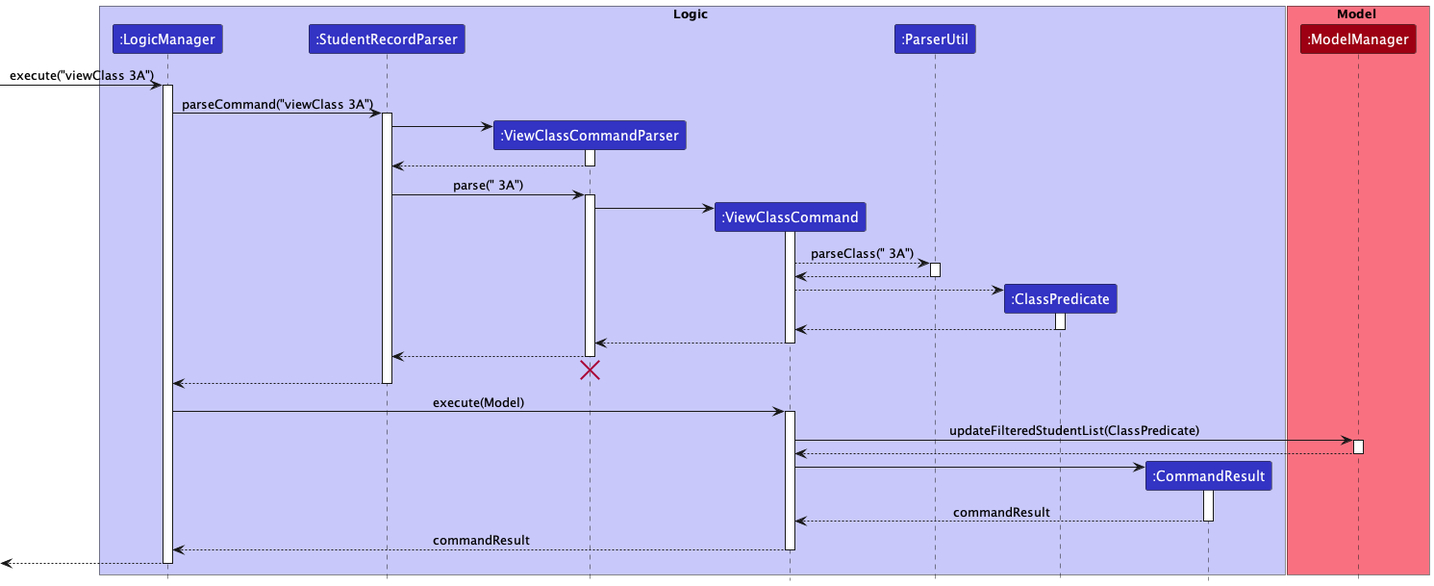
Earlier version of the PlantUML export docs/images/ViewClassCommandSequenceDiagram.png (nus-cs2103-AY2223S1/tp). Source of this version:
```plantuml
@startuml
!include style.puml

box Logic LOGIC_COLOR_T1
participant ":LogicManager" as LogicManager LOGIC_COLOR
participant ":StudentRecordParser" as StudentRecordParser LOGIC_COLOR
participant ":ViewClassCommandParser" as ViewClassCommandParser LOGIC_COLOR
participant ":ViewClassCommand" as ViewClassCommand LOGIC_COLOR
participant ":ParserUtil" as ParserUtil LOGIC_COLOR
participant ":ClassPredicate" as ClassPredicate LOGIC_COLOR
participant ":CommandResult" as CommandResult LOGIC_COLOR
end box

box Model MODEL_COLOR_T1
participant ":ModelManager" as Model MODEL_COLOR
end box

[-> LogicManager : execute("viewClass 3A")
activate LogicManager

LogicManager -> StudentRecordParser : parseCommand("viewClass 3A")
activate StudentRecordParser

create ViewClassCommandParser
StudentRecordParser -> ViewClassCommandParser
activate ViewClassCommandParser

ViewClassCommandParser --> StudentRecordParser
deactivate ViewClassCommandParser

StudentRecordParser -> ViewClassCommandParser : parse(" 3A")
activate ViewClassCommandParser

create ViewClassCommand
ViewClassCommandParser -> ViewClassCommand
activate ViewClassCommand

ViewClassCommand --> ParserUtil : parseClass(" 3A")
activate ParserUtil
ParserUtil --> ViewClassCommand
deactivate ParserUtil

create ClassPredicate
ViewClassCommand --> ClassPredicate
activate ClassPredicate
ClassPredicate --> ViewClassCommand
deactivate ClassPredicate

ViewClassCommand --> ViewClassCommandParser
deactivate ViewClassCommand

ViewClassCommandParser --> StudentRecordParser
deactivate ViewClassCommandParser
ViewClassCommandParser -[hidden]-> StudentRecordParser
destroy ViewClassCommandParser

StudentRecordParser --> LogicManager
deactivate StudentRecordParser

LogicManager -> ViewClassCommand : execute(Model)
activate ViewClassCommand

ViewClassCommand -> Model : updateFilteredStudentList(ClassPredicate)
activate Model

Model --> ViewClassCommand
deactivate Model

create CommandResult
ViewClassCommand -> CommandResult
activate CommandResult

CommandResult --> ViewClassCommand : commandResult
deactivate CommandResult

ViewClassCommand --> LogicManager : commandResult
deactivate ViewClassCommand

[<--LogicManager
deactivate LogicManager
@enduml
```
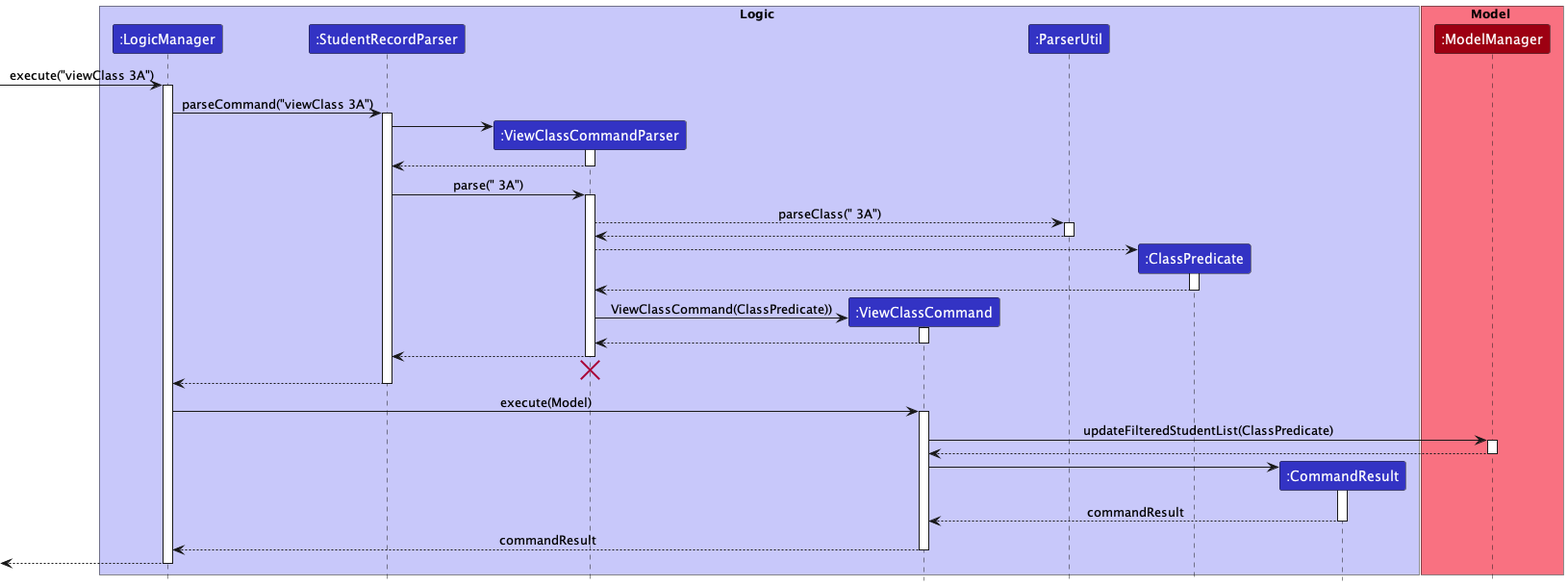
Above is the later version.

What changed in the source:
```diff
@@ -30,21 +30,20 @@
 
 StudentRecordParser -> ViewClassCommandParser : parse(" 3A")
 activate ViewClassCommandParser
-
-create ViewClassCommand
-ViewClassCommandParser -> ViewClassCommand
-activate ViewClassCommand
-
-ViewClassCommand --> ParserUtil : parseClass(" 3A")
+ViewClassCommandParser --> ParserUtil : parseClass(" 3A")
 activate ParserUtil
-ParserUtil --> ViewClassCommand
+ParserUtil --> ViewClassCommandParser
 deactivate ParserUtil
 
 create ClassPredicate
-ViewClassCommand --> ClassPredicate
+ViewClassCommandParser --> ClassPredicate
 activate ClassPredicate
-ClassPredicate --> ViewClassCommand
+ClassPredicate --> ViewClassCommandParser
 deactivate ClassPredicate
+
+create ViewClassCommand
+ViewClassCommandParser -> ViewClassCommand : ViewClassCommand(ClassPredicate))
+activate ViewClassCommand
 
 ViewClassCommand --> ViewClassCommandParser
 deactivate ViewClassCommand
```
